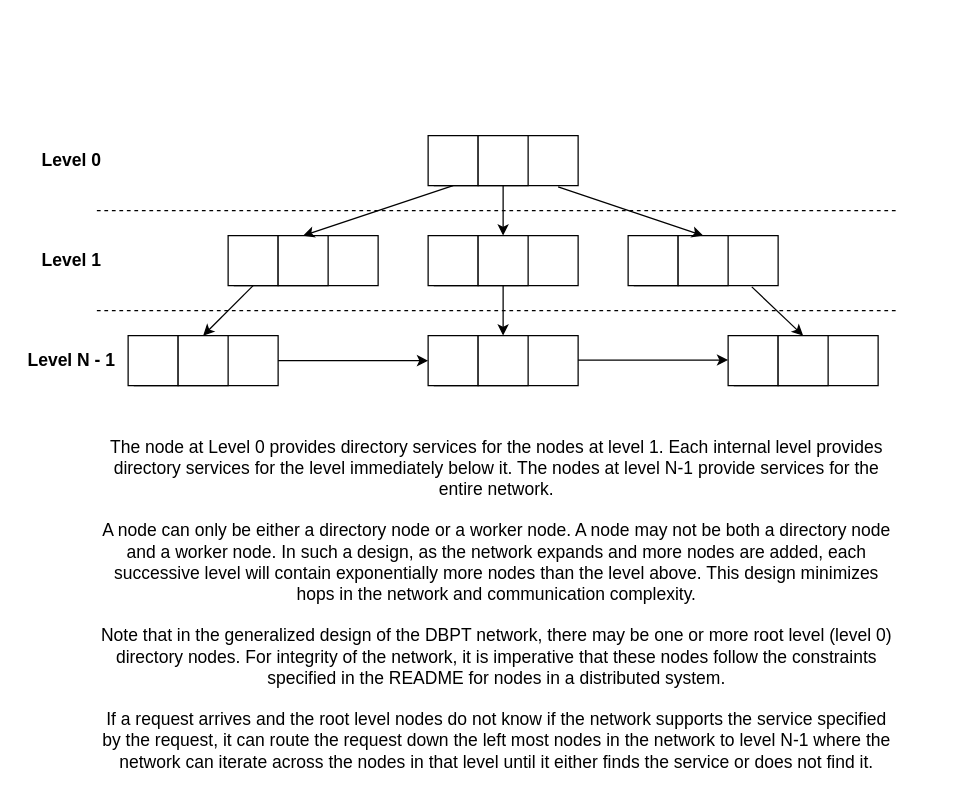
Earlier version of the draw.io diagram page "Network Structure" (1 of 2) of dbpt/diagrams/Network_Structure.drawio (gollum18/diss-ideas). Source tidied: cells renumbered, new cells numbered last; positions are measured from the earlier drawing's top-left corner, leaving out a move shared by most shapes. Both pictures are drawn from the tidied source at 125%, with x=0, y=0 at pixel (21, 135).
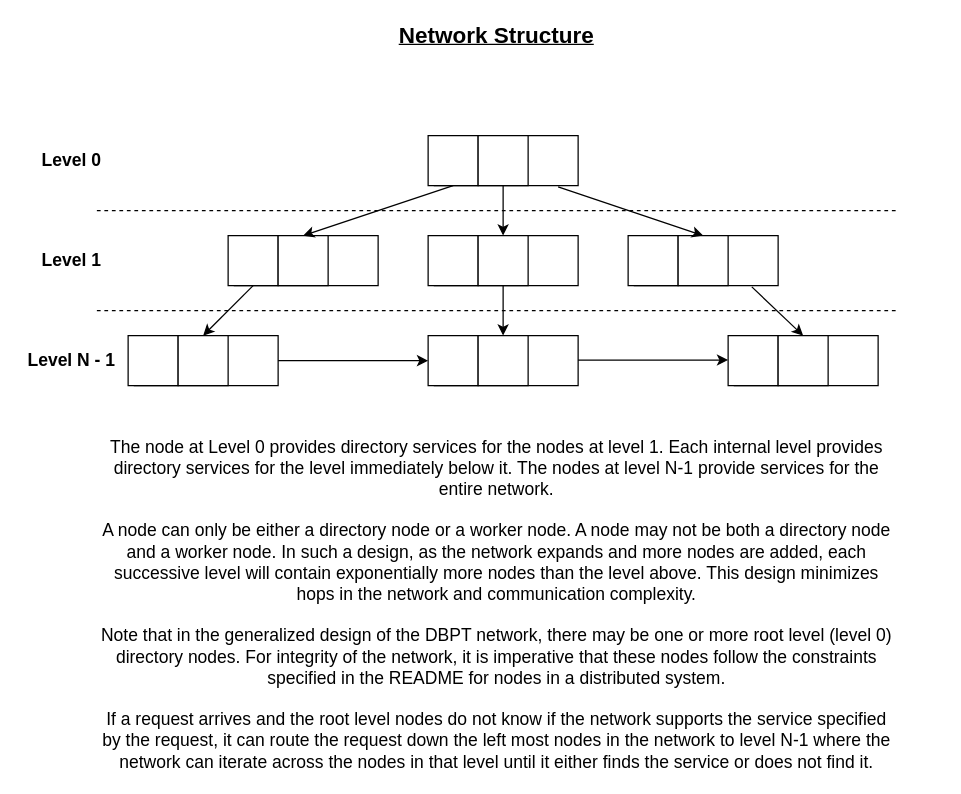
Above is the later version.

Commit message (it also covers changes not shown here):
refactor context diagrams, add in class diagrams

Diff of the diagram source:
```diff
@@
+    <mxCell id="44" value="Network Structure" style="text;html=1;strokeColor=none;fillColor=none;align=center;verticalAlign=middle;whiteSpace=wrap;rounded=0;fontSize=18;fontStyle=5;" parent="1" vertex="1">
+      <mxGeometry x="25" y="-90" width="710" height="20" as="geometry" />
+    </mxCell>
```
